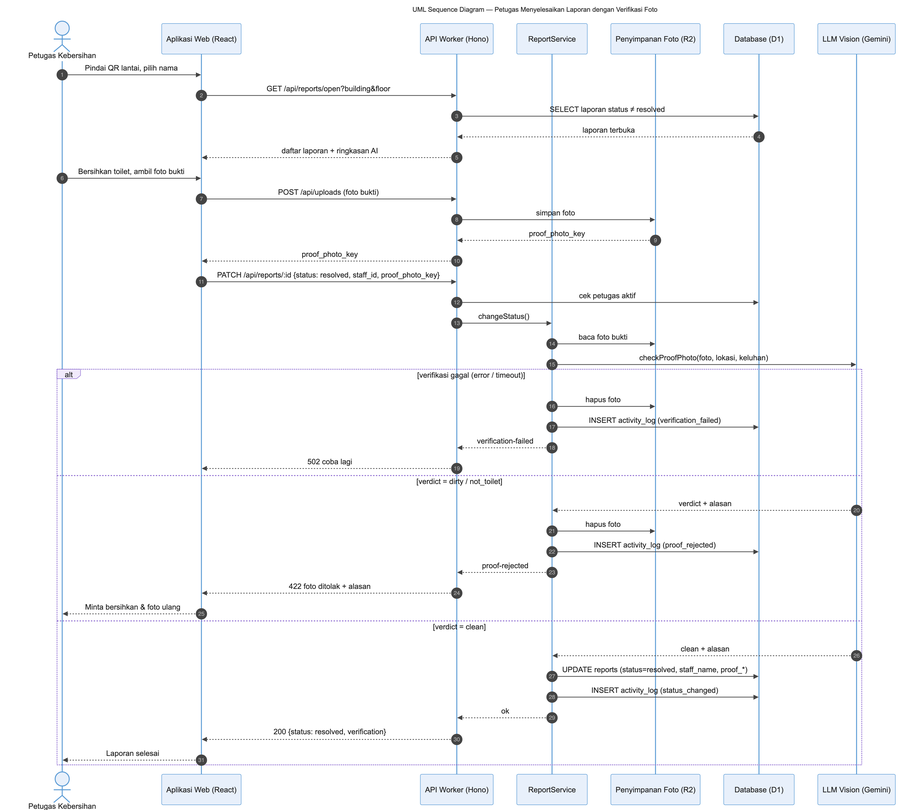
Earlier version of the Mermaid export docs/diagram/uml-sequence-selesai.png (rdnsa/AI-complaint). Its source is kept beside it as docs/diagram/src/uml-sequence-selesai.mmd. Its diagram source:
```mermaid
---
title: UML Sequence Diagram — Petugas Menyelesaikan Laporan dengan Verifikasi Foto
---
sequenceDiagram
  autonumber
  actor P as Petugas Kebersihan
  participant UI as Aplikasi Web (React)
  participant API as API Worker (Hono)
  participant RS as ReportService
  participant R2 as Penyimpanan Foto (R2)
  participant DB as Database (D1)
  participant VIS as LLM Vision (Gemini)

  P->>UI: Pindai QR lantai, pilih nama
  UI->>API: GET /api/reports/open?building&floor
  API->>DB: SELECT laporan status ≠ resolved
  DB-->>API: laporan terbuka
  API-->>UI: daftar laporan + ringkasan AI
  P->>UI: Bersihkan toilet, ambil foto bukti
  UI->>API: POST /api/uploads (foto bukti)
  API->>R2: simpan foto
  R2-->>API: proof_photo_key
  API-->>UI: proof_photo_key
  UI->>API: PATCH /api/reports/:id {status: resolved, staff_id, proof_photo_key}
  API->>DB: cek petugas aktif
  API->>RS: changeStatus()
  RS->>R2: baca foto bukti
  RS->>VIS: checkProofPhoto(foto, lokasi, keluhan)
  alt verifikasi gagal (error / timeout)
    RS->>R2: hapus foto
    RS->>DB: INSERT activity_log (verification_failed)
    RS-->>API: verification-failed
    API-->>UI: 502 coba lagi
  else verdict = dirty / not_toilet
    VIS-->>RS: verdict + alasan
    RS->>R2: hapus foto
    RS->>DB: INSERT activity_log (proof_rejected)
    RS-->>API: proof-rejected
    API-->>UI: 422 foto ditolak + alasan
    UI-->>P: Minta bersihkan & foto ulang
  else verdict = clean
    VIS-->>RS: clean + alasan
    RS->>DB: UPDATE reports (status=resolved, staff_name, proof_*)
    RS->>DB: INSERT activity_log (status_changed)
    RS-->>API: ok
    API-->>UI: 200 {status: resolved, verification}
    UI-->>P: Laporan selesai
  end
```
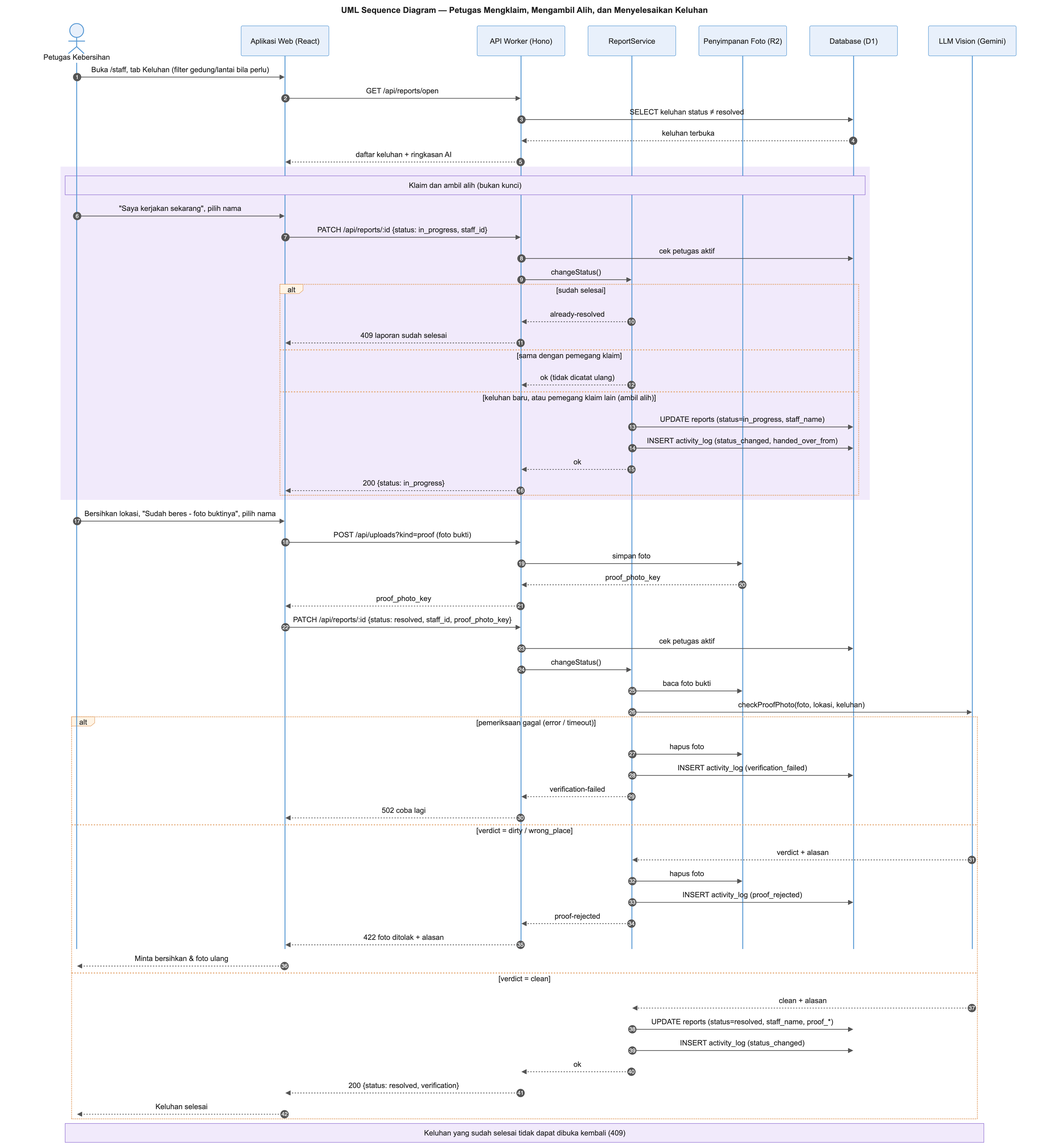
Above is the later version.

The edit, as a diff of the source:
```diff
@@ -1,5 +1,5 @@
 ---
-title: UML Sequence Diagram — Petugas Menyelesaikan Laporan dengan Verifikasi Foto
+title: UML Sequence Diagram — Petugas Mengklaim, Mengambil Alih, dan Menyelesaikan Keluhan
 ---
 sequenceDiagram
   autonumber
@@ -11,13 +11,33 @@
   participant DB as Database (D1)
   participant VIS as LLM Vision (Gemini)
 
-  P->>UI: Pindai QR lantai, pilih nama
-  UI->>API: GET /api/reports/open?building&floor
-  API->>DB: SELECT laporan status ≠ resolved
-  DB-->>API: laporan terbuka
-  API-->>UI: daftar laporan + ringkasan AI
-  P->>UI: Bersihkan toilet, ambil foto bukti
-  UI->>API: POST /api/uploads (foto bukti)
+  P->>UI: Buka /staff, tab Keluhan (filter gedung/lantai bila perlu)
+  UI->>API: GET /api/reports/open
+  API->>DB: SELECT keluhan status ≠ resolved
+  DB-->>API: keluhan terbuka
+  API-->>UI: daftar keluhan + ringkasan AI
+
+  rect rgb(241, 234, 251)
+  Note over P,DB: Klaim dan ambil alih (bukan kunci)
+  P->>UI: "Saya kerjakan sekarang", pilih nama
+  UI->>API: PATCH /api/reports/:id {status: in_progress, staff_id}
+  API->>DB: cek petugas aktif
+  API->>RS: changeStatus()
+  alt sudah selesai
+    RS-->>API: already-resolved
+    API-->>UI: 409 laporan sudah selesai
+  else sama dengan pemegang klaim
+    RS-->>API: ok (tidak dicatat ulang)
+  else keluhan baru, atau pemegang klaim lain (ambil alih)
+    RS->>DB: UPDATE reports (status=in_progress, staff_name)
+    RS->>DB: INSERT activity_log (status_changed, handed_over_from)
+    RS-->>API: ok
+    API-->>UI: 200 {status: in_progress}
+  end
+  end
+
+  P->>UI: Bersihkan lokasi, "Sudah beres - foto buktinya", pilih nama
+  UI->>API: POST /api/uploads?kind=proof (foto bukti)
   API->>R2: simpan foto
   R2-->>API: proof_photo_key
   API-->>UI: proof_photo_key
@@ -26,12 +46,12 @@
   API->>RS: changeStatus()
   RS->>R2: baca foto bukti
   RS->>VIS: checkProofPhoto(foto, lokasi, keluhan)
-  alt verifikasi gagal (error / timeout)
+  alt pemeriksaan gagal (error / timeout)
     RS->>R2: hapus foto
     RS->>DB: INSERT activity_log (verification_failed)
     RS-->>API: verification-failed
     API-->>UI: 502 coba lagi
-  else verdict = dirty / not_toilet
+  else verdict = dirty / wrong_place
     VIS-->>RS: verdict + alasan
     RS->>R2: hapus foto
     RS->>DB: INSERT activity_log (proof_rejected)
@@ -44,5 +64,7 @@
     RS->>DB: INSERT activity_log (status_changed)
     RS-->>API: ok
     API-->>UI: 200 {status: resolved, verification}
-    UI-->>P: Laporan selesai
+    UI-->>P: Keluhan selesai
   end
+
+  Note over P,VIS: Keluhan yang sudah selesai tidak dapat dibuka kembali (409)
```
